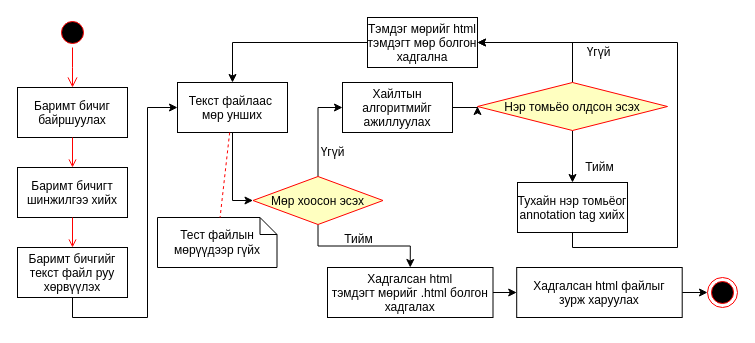
Bagabandi152/diagrams.net keeps this draw.io diagram as page "Page-1" (1 of 2) of activities/act-diagram.drawio. Above is the earlier version. Source tidied: cells renumbered, new cells numbered last; positions are measured from the earlier drawing's top-left corner, leaving out a move shared by most shapes. Both pictures are drawn from the tidied source at 100%, with x=0, y=0 at pixel (17, 17).
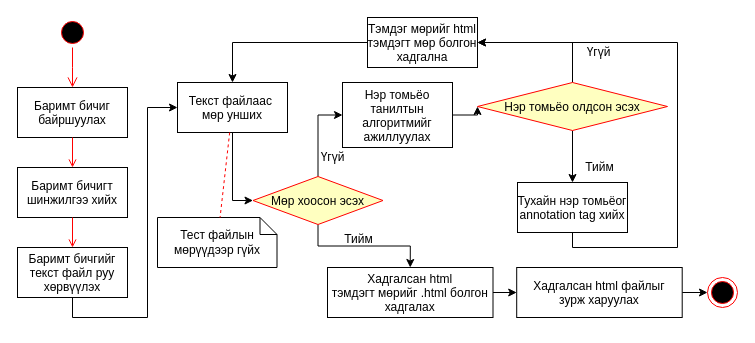
The same page after the edit.

Diff of the diagram source:
```diff
@@
-    <mxCell id="16" value="Хайлтын &#10;алгоритмийг&#10;ажиллуулах" parent="1" vertex="1">
-      <mxGeometry x="325" y="65" width="110" height="50" as="geometry" />
+    <mxCell id="16" value="Нэр томьёо &#10;танилтын&#10;алгоритмийг&#10;ажиллуулах" parent="1" vertex="1">
+      <mxGeometry x="325" y="65" width="110" height="65" as="geometry" />
     </mxCell>
@@
     <mxCell id="25" value="Үгүй&lt;br&gt;" style="text;html=1;align=center;verticalAlign=middle;strokeColor=none;fillColor=none;" parent="1" vertex="1">
-      <mxGeometry x="290" y="120" width="50" height="30" as="geometry" />
+      <mxGeometry x="290" y="125" width="50" height="30" as="geometry" />
     </mxCell>
```
